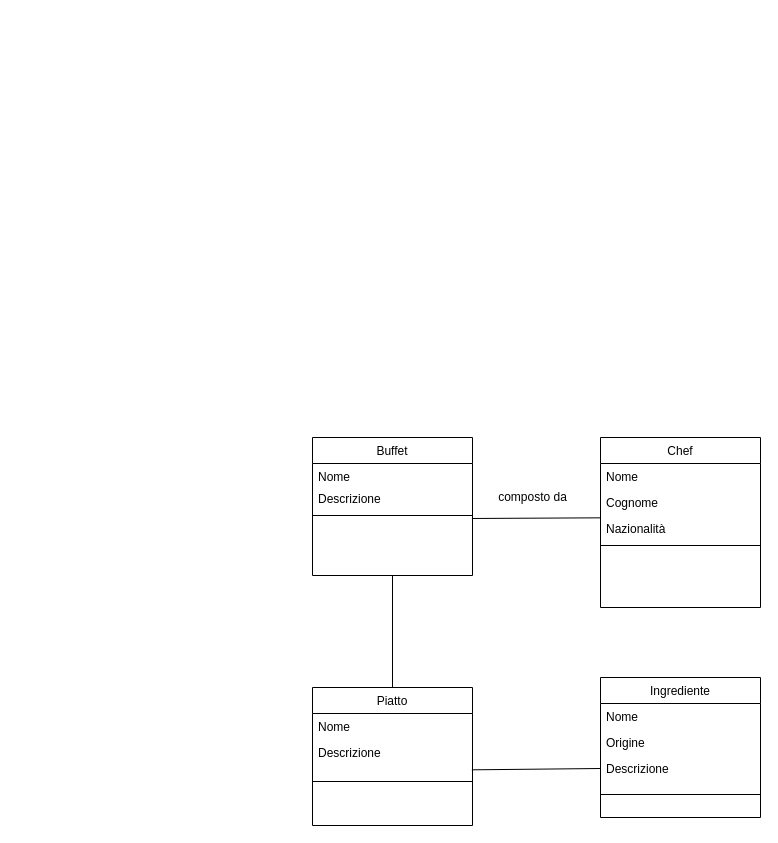
Before: SiwClassDiagram.drawio in lucreziasorrentino/siw-catering, a draw.io diagram. Source tidied: cells renumbered, new cells numbered last; positions are measured from the earlier drawing's top-left corner, leaving out a move shared by most shapes. Both pictures are drawn from the tidied source at 100%, with x=0, y=0 at pixel (312, 437).
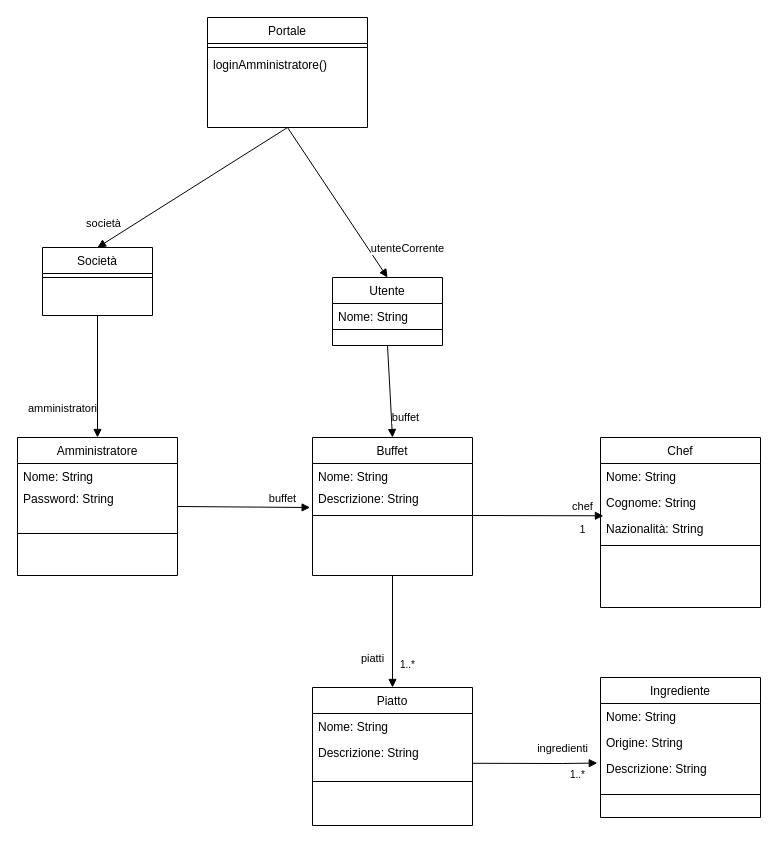
The same page after the edit.

Unchanged cells that the change refers to:
```xml
<mxCell id="2" value="Buffet" style="swimlane;fontStyle=0;align=center;verticalAlign=top;horizontal=1;startSize=26;rounded=0;shadow=0;strokeWidth=1;" parent="1" vertex="1">
  <mxGeometry width="160" height="138" as="geometry" />
</mxCell>
<mxCell id="6" value="Piatto" style="swimlane;fontStyle=0;align=center;verticalAlign=top;horizontal=1;startSize=26;rounded=0;shadow=0;strokeWidth=1;" parent="1" vertex="1">
  <mxGeometry y="250" width="160" height="138" as="geometry" />
</mxCell>
<mxCell id="10" value="Ingrediente" style="swimlane;fontStyle=0;align=center;verticalAlign=top;horizontal=1;startSize=26;rounded=0;shadow=0;strokeWidth=1;" parent="1" vertex="1">
  <mxGeometry x="288" y="240" width="160" height="140" as="geometry" />
</mxCell>
<mxCell id="15" value="Chef" style="swimlane;fontStyle=0;align=center;verticalAlign=top;horizontal=1;startSize=26;rounded=0;shadow=0;strokeWidth=1;" parent="1" vertex="1">
  <mxGeometry x="288" width="160" height="170" as="geometry" />
</mxCell>
```

The edit, as a diff of the source:
```diff
@@
-    <mxCell id="3" value="Nome" style="text;align=left;verticalAlign=top;spacingLeft=4;spacingRight=4;overflow=hidden;" parent="2" vertex="1">
+    <mxCell id="3" value="Nome: String" style="text;align=left;verticalAlign=top;spacingLeft=4;spacingRight=4;overflow=hidden;" parent="2" vertex="1">
       <mxGeometry y="26" width="160" height="22" as="geometry" />
     </mxCell>
-    <mxCell id="4" value="Descrizione" style="text;align=left;verticalAlign=top;spacingLeft=4;spacingRight=4;overflow=hidden;points=[[0,0.5],[1,0.5]];portConstraint=eastwest;rounded=0;shadow=0;html=0;" parent="2" vertex="1">
+    <mxCell id="4" value="Descrizione: String" style="text;align=left;verticalAlign=top;spacingLeft=4;spacingRight=4;overflow=hidden;points=[[0,0.5],[1,0.5]];portConstraint=eastwest;rounded=0;shadow=0;html=0;" parent="2" vertex="1">
       <mxGeometry y="48" width="160" height="26" as="geometry" />
     </mxCell>
@@
-    <mxCell id="7" value="Nome" style="text;align=left;verticalAlign=top;spacingLeft=4;spacingRight=4;overflow=hidden;" parent="6" vertex="1">
+    <mxCell id="7" value="Nome: String" style="text;align=left;verticalAlign=top;spacingLeft=4;spacingRight=4;overflow=hidden;" parent="6" vertex="1">
       <mxGeometry y="26" width="160" height="26" as="geometry" />
     </mxCell>
-    <mxCell id="8" value="Descrizione" style="text;align=left;verticalAlign=top;spacingLeft=4;spacingRight=4;overflow=hidden;points=[[0,0.5],[1,0.5]];portConstraint=eastwest;rounded=0;shadow=0;html=0;" parent="6" vertex="1">
+    <mxCell id="8" value="Descrizione: String" style="text;align=left;verticalAlign=top;spacingLeft=4;spacingRight=4;overflow=hidden;points=[[0,0.5],[1,0.5]];portConstraint=eastwest;rounded=0;shadow=0;html=0;" parent="6" vertex="1">
       <mxGeometry y="52" width="160" height="26" as="geometry" />
     </mxCell>
@@
-    <mxCell id="11" value="Nome&#10;" style="text;align=left;verticalAlign=top;spacingLeft=4;spacingRight=4;overflow=hidden;" parent="10" vertex="1">
+    <mxCell id="11" value="Nome: String" style="text;align=left;verticalAlign=top;spacingLeft=4;spacingRight=4;overflow=hidden;" parent="10" vertex="1">
       <mxGeometry y="26" width="160" height="26" as="geometry" />
     </mxCell>
-    <mxCell id="12" value="Origine" style="text;align=left;verticalAlign=top;spacingLeft=4;spacingRight=4;overflow=hidden;points=[[0,0.5],[1,0.5]];portConstraint=eastwest;" parent="10" vertex="1">
+    <mxCell id="12" value="Origine: String" style="text;align=left;verticalAlign=top;spacingLeft=4;spacingRight=4;overflow=hidden;points=[[0,0.5],[1,0.5]];portConstraint=eastwest;" parent="10" vertex="1">
       <mxGeometry y="52" width="160" height="26" as="geometry" />
     </mxCell>
-    <mxCell id="13" value="Descrizione" style="text;align=left;verticalAlign=top;spacingLeft=4;spacingRight=4;overflow=hidden;points=[[0,0.5],[1,0.5]];portConstraint=eastwest;" parent="10" vertex="1">
+    <mxCell id="13" value="Descrizione: String" style="text;align=left;verticalAlign=top;spacingLeft=4;spacingRight=4;overflow=hidden;points=[[0,0.5],[1,0.5]];portConstraint=eastwest;" parent="10" vertex="1">
       <mxGeometry y="78" width="160" height="26" as="geometry" />
     </mxCell>
@@
-    <mxCell id="16" value="Nome" style="text;align=left;verticalAlign=top;spacingLeft=4;spacingRight=4;overflow=hidden;" parent="15" vertex="1">
+    <mxCell id="16" value="Nome: String" style="text;align=left;verticalAlign=top;spacingLeft=4;spacingRight=4;overflow=hidden;" parent="15" vertex="1">
       <mxGeometry y="26" width="160" height="26" as="geometry" />
     </mxCell>
-    <mxCell id="17" value="Cognome" style="text;align=left;verticalAlign=top;spacingLeft=4;spacingRight=4;overflow=hidden;points=[[0,0.5],[1,0.5]];portConstraint=eastwest;rounded=0;shadow=0;html=0;" parent="15" vertex="1">
+    <mxCell id="17" value="Cognome: String" style="text;align=left;verticalAlign=top;spacingLeft=4;spacingRight=4;overflow=hidden;points=[[0,0.5],[1,0.5]];portConstraint=eastwest;rounded=0;shadow=0;html=0;" parent="15" vertex="1">
       <mxGeometry y="52" width="160" height="26" as="geometry" />
     </mxCell>
-    <mxCell id="18" value="Nazionalità" style="text;align=left;verticalAlign=top;spacingLeft=4;spacingRight=4;overflow=hidden;rounded=0;shadow=0;html=0;" parent="15" vertex="1">
+    <mxCell id="18" value="Nazionalità: String" style="text;align=left;verticalAlign=top;spacingLeft=4;spacingRight=4;overflow=hidden;rounded=0;shadow=0;html=0;" parent="15" vertex="1">
       <mxGeometry y="78" width="160" height="26" as="geometry" />
     </mxCell>
@@
+    <mxCell id="24" value="Amministratore" style="swimlane;fontStyle=0;align=center;verticalAlign=top;horizontal=1;startSize=26;rounded=0;shadow=0;strokeWidth=1;" parent="1" vertex="1">
+      <mxGeometry x="-295" width="160" height="138" as="geometry" />
+    </mxCell>
+    <mxCell id="25" value="Nome: String" style="text;align=left;verticalAlign=top;spacingLeft=4;spacingRight=4;overflow=hidden;" parent="24" vertex="1">
+      <mxGeometry y="26" width="160" height="22" as="geometry" />
+    </mxCell>
+    <mxCell id="26" value="Password: String" style="text;align=left;verticalAlign=top;spacingLeft=4;spacingRight=4;overflow=hidden;" parent="24" vertex="1">
+      <mxGeometry y="48" width="160" height="22" as="geometry" />
+    </mxCell>
+    <mxCell id="27" style="line;html=1;strokeWidth=1;align=left;verticalAlign=middle;spacingTop=-1;spacingLeft=3;spacingRight=3;labelPosition=right;" parent="24" vertex="1">
+      <mxGeometry y="70" width="160" height="52" as="geometry" />
+    </mxCell>
+    <mxCell id="28" value="&lt;font size=&quot;1&quot;&gt;1&lt;/font&gt;" style="text;html=1;align=center;verticalAlign=middle;strokeColor=none;fillColor=none;strokeWidth=7;fontSize=18;" parent="1" vertex="1">
+      <mxGeometry x="260" y="75" width="20" height="30" as="geometry" />
+    </mxCell>
+    <mxCell id="29" value="chef" style="html=1;verticalAlign=bottom;endArrow=block;rounded=0;entryX=0.018;entryY=0.087;entryDx=0;entryDy=0;entryPerimeter=0;" parent="1" edge="1">
+      <mxGeometry x="0.68" relative="1" as="geometry">
+        <mxPoint x="160" y="78" as="sourcePoint" />
+        <mxPoint x="290.9" y="78.3" as="targetPoint" />
+      </mxGeometry>
+    </mxCell>
-    <mxCell id="20" style="endArrow=none;html=1;rounded=0;exitX=0.5;exitY=1;exitDx=0;exitDy=0;entryX=0.5;entryY=0;entryDx=0;entryDy=0;" parent="1" edge="1" source="2" target="6">
-      <mxGeometry relative="1" as="geometry" />
+    <mxCell id="20" value="piatti" style="html=1;verticalAlign=bottom;endArrow=block;rounded=0;entryX=0.5;entryY=0;entryDx=0;entryDy=0;exitX=0.5;exitY=1;exitDx=0;exitDy=0;" parent="1" edge="1" source="2" target="6">
+      <mxGeometry x="0.64" y="-20" relative="1" as="geometry" />
     </mxCell>
-    <mxCell id="21" style="endArrow=none;html=1;rounded=0;exitX=0;exitY=0.5;exitDx=0;exitDy=0;entryX=0.996;entryY=1.167;entryDx=0;entryDy=0;entryPerimeter=0;" parent="1" edge="1" source="13" target="8">
-      <mxGeometry relative="1" as="geometry" />
-    </mxCell>
-    <mxCell id="22" style="endArrow=none;html=1;rounded=0;entryX=0.996;entryY=1.269;entryDx=0;entryDy=0;exitX=0;exitY=1.09;exitDx=0;exitDy=0;entryPerimeter=0;exitPerimeter=0;" parent="1" edge="1" source="17" target="4">
-      <mxGeometry relative="1" as="geometry" />
-    </mxCell>
-    <mxCell id="23" value="composto da" style="text;html=1;align=center;verticalAlign=middle;strokeColor=none;fillColor=none;" parent="1" vertex="1">
-      <mxGeometry x="180" y="50" width="80" height="20" as="geometry" />
-    </mxCell>
+    <mxCell id="30" value="&lt;font size=&quot;1&quot;&gt;1..*&lt;/font&gt;" style="text;html=1;align=center;verticalAlign=middle;strokeColor=none;fillColor=none;strokeWidth=7;fontSize=18;" parent="1" vertex="1">
+      <mxGeometry x="80" y="210" width="30" height="30" as="geometry" />
+    </mxCell>
+    <mxCell id="31" value="ingredienti" style="html=1;verticalAlign=bottom;endArrow=block;rounded=0;entryX=-0.02;entryY=1.29;entryDx=0;entryDy=0;entryPerimeter=0;startArrow=none;" parent="1" edge="1" target="12">
+      <mxGeometry x="-1" y="6" relative="1" as="geometry">
+        <mxPoint x="250" y="326" as="sourcePoint" />
+      </mxGeometry>
+    </mxCell>
+    <mxCell id="32" style="html=1;verticalAlign=bottom;endArrow=none;rounded=0;exitX=1;exitY=0.915;exitDx=0;exitDy=0;exitPerimeter=0;" parent="1" edge="1" source="8">
+      <mxGeometry x="0.44" relative="1" as="geometry">
+        <mxPoint x="250" y="326" as="targetPoint" />
+      </mxGeometry>
+    </mxCell>
+    <mxCell id="33" value="&lt;font size=&quot;1&quot;&gt;1..*&lt;/font&gt;" style="text;html=1;align=center;verticalAlign=middle;strokeColor=none;fillColor=none;strokeWidth=7;fontSize=18;" parent="1" vertex="1">
+      <mxGeometry x="250" y="320" width="30" height="30" as="geometry" />
+    </mxCell>
+    <mxCell id="34" value="Società" style="swimlane;fontStyle=0;align=center;verticalAlign=top;horizontal=1;startSize=26;rounded=0;shadow=0;strokeWidth=1;" parent="1" vertex="1">
+      <mxGeometry x="-270" y="-190" width="110" height="68" as="geometry" />
+    </mxCell>
+    <mxCell id="35" style="line;html=1;strokeWidth=1;align=left;verticalAlign=middle;spacingTop=-1;spacingLeft=3;spacingRight=3;labelPosition=right;" parent="34" vertex="1">
+      <mxGeometry y="26" width="110" height="8" as="geometry" />
+    </mxCell>
+    <mxCell id="36" value="amministratori" style="html=1;verticalAlign=bottom;endArrow=block;rounded=0;entryX=0.5;entryY=0;entryDx=0;entryDy=0;exitX=0.5;exitY=1;exitDx=0;exitDy=0;" parent="1" edge="1" source="34" target="24">
+      <mxGeometry x="0.68" y="-35" relative="1" as="geometry" />
+    </mxCell>
+    <mxCell id="37" value="Portale" style="swimlane;fontStyle=0;align=center;verticalAlign=top;horizontal=1;startSize=26;rounded=0;shadow=0;strokeWidth=1;" parent="1" vertex="1">
+      <mxGeometry x="-105" y="-420" width="160" height="110" as="geometry" />
+    </mxCell>
+    <mxCell id="38" style="line;html=1;strokeWidth=1;align=left;verticalAlign=middle;spacingTop=-1;spacingLeft=3;spacingRight=3;labelPosition=right;" parent="37" vertex="1">
+      <mxGeometry y="26" width="160" height="8" as="geometry" />
+    </mxCell>
+    <mxCell id="39" value="loginAmministratore()" style="text;align=left;verticalAlign=top;spacingLeft=4;spacingRight=4;overflow=hidden;" parent="37" vertex="1">
+      <mxGeometry y="34" width="160" height="22" as="geometry" />
+    </mxCell>
+    <mxCell id="40" value="società" style="html=1;verticalAlign=bottom;endArrow=block;rounded=0;entryX=0.5;entryY=0;entryDx=0;entryDy=0;exitX=0.5;exitY=1;exitDx=0;exitDy=0;" parent="1" edge="1" source="37" target="34">
+      <mxGeometry x="0.88" y="-10" relative="1" as="geometry">
+        <mxPoint y="1" as="offset" />
+      </mxGeometry>
+    </mxCell>
+    <mxCell id="41" value="buffet" style="html=1;verticalAlign=bottom;endArrow=block;rounded=0;entryX=-0.015;entryY=0.846;entryDx=0;entryDy=0;exitX=1;exitY=0.5;exitDx=0;exitDy=0;entryPerimeter=0;" parent="1" edge="1" source="24" target="4">
+      <mxGeometry x="0.58" relative="1" as="geometry" />
+    </mxCell>
+    <mxCell id="42" value="Utente" style="swimlane;fontStyle=0;align=center;verticalAlign=top;horizontal=1;startSize=26;rounded=0;shadow=0;strokeWidth=1;" parent="1" vertex="1">
+      <mxGeometry x="20" y="-160" width="110" height="68" as="geometry" />
+    </mxCell>
+    <mxCell id="43" value="Nome: String" style="text;align=left;verticalAlign=top;spacingLeft=4;spacingRight=4;overflow=hidden;" parent="42" vertex="1">
+      <mxGeometry y="26" width="110" height="22" as="geometry" />
+    </mxCell>
+    <mxCell id="44" style="line;html=1;strokeWidth=1;align=left;verticalAlign=middle;spacingTop=-1;spacingLeft=3;spacingRight=3;labelPosition=right;" parent="42" vertex="1">
+      <mxGeometry y="48" width="110" height="8" as="geometry" />
+    </mxCell>
+    <mxCell id="45" value="utenteCorrente" style="html=1;verticalAlign=bottom;endArrow=block;rounded=0;" parent="1" edge="1">
+      <mxGeometry x="0.94" y="28" relative="1" as="geometry">
+        <mxPoint x="-25" y="-310" as="sourcePoint" />
+        <mxPoint x="75" y="-160" as="targetPoint" />
+      </mxGeometry>
+    </mxCell>
+    <mxCell id="46" value="buffet" style="html=1;verticalAlign=bottom;endArrow=block;rounded=0;entryX=0.5;entryY=0;entryDx=0;entryDy=0;exitX=0.5;exitY=1;exitDx=0;exitDy=0;" parent="1" edge="1" source="42" target="2">
+      <mxGeometry x="0.79" y="14" relative="1" as="geometry" />
+    </mxCell>
```
